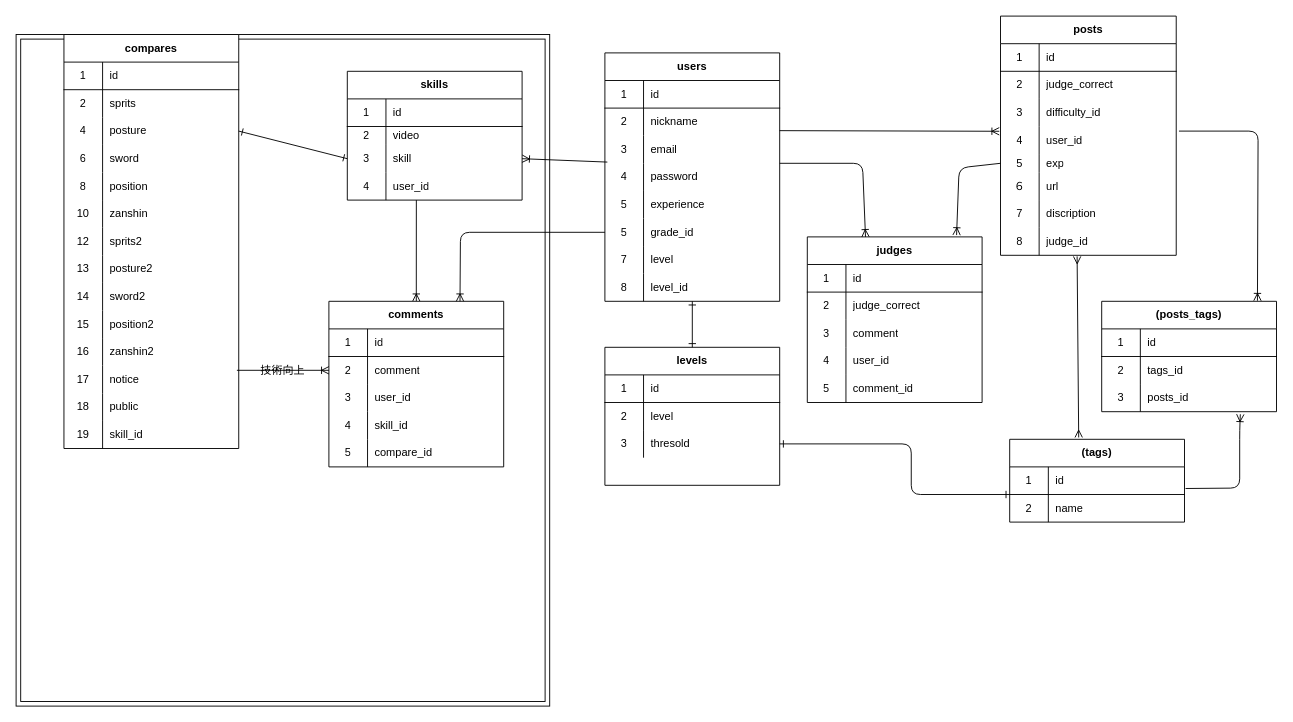
Earlier version of the draw.io diagram db.dio (magatamaamagata/kendo_ippon). Source tidied: cells renumbered, new cells numbered last; positions are measured from the earlier drawing's top-left corner, leaving out a move shared by most shapes. Both pictures are drawn from the tidied source at 92%, with x=0, y=0 at pixel (16, 16).
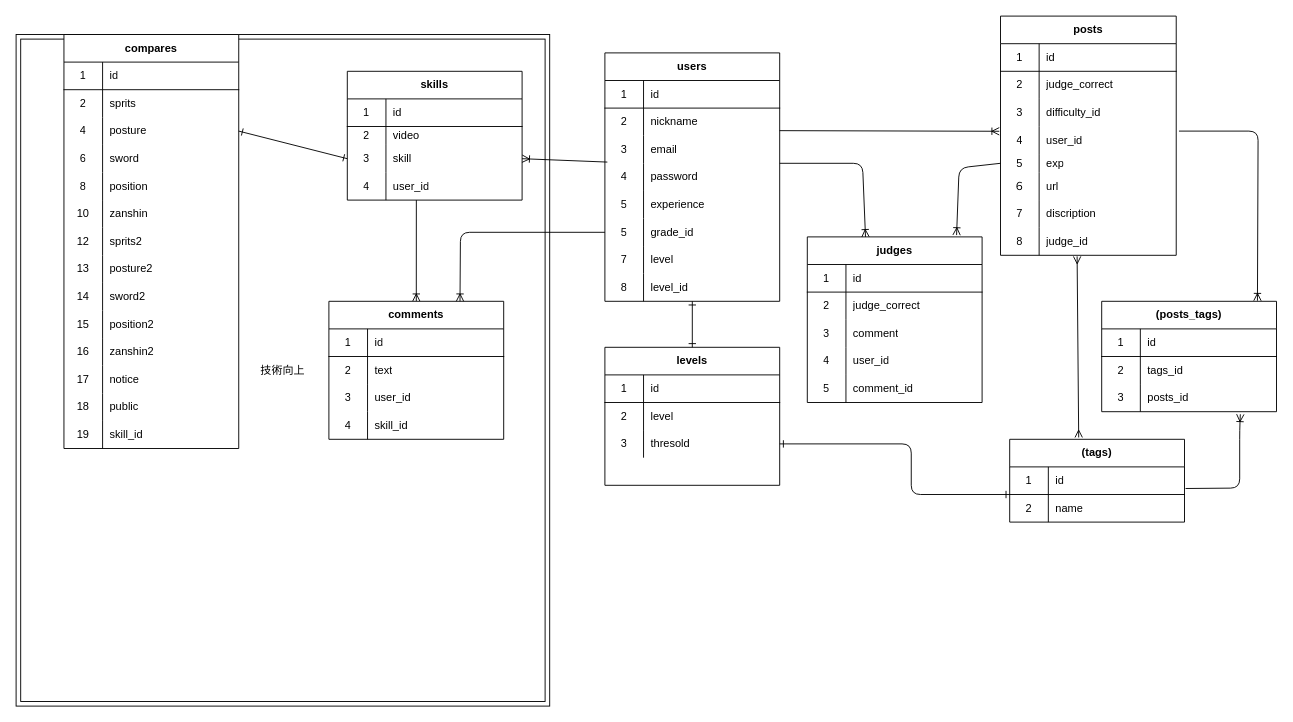
The same diagram, later.

The change refers to these unchanged cells:
```xml
<mxCell id="154" style="shape=partialRectangle;html=1;whiteSpace=wrap;fillColor=none;top=0;left=0;bottom=0;right=0;points=[[0,0.5],[1,0.5]];portConstraint=eastwest;" parent="150" vertex="1">
  <mxGeometry y="60" width="190" height="30" as="geometry" />
</mxCell>
```

Diff of the diagram source:
```diff
@@
     <mxCell id="150" value="comments" style="shape=table;html=1;whiteSpace=wrap;startSize=30;childLayout=tableLayout;rowLines=0;fontStyle=1;align=center;" parent="1" vertex="1">
-      <mxGeometry x="340" y="310" width="190" height="180" as="geometry" />
+      <mxGeometry x="340" y="310" width="190" height="150" as="geometry" />
     </mxCell>
@@
-    <mxCell id="156" value="comment" style="shape=partialRectangle;html=1;whiteSpace=wrap;fillColor=none;top=0;left=0;bottom=0;right=0;align=left;spacingLeft=6;overflow=hidden;" parent="154" vertex="1">
+    <mxCell id="156" value="text" style="shape=partialRectangle;html=1;whiteSpace=wrap;fillColor=none;top=0;left=0;bottom=0;right=0;align=left;spacingLeft=6;overflow=hidden;" parent="154" vertex="1">
       <mxGeometry x="42" width="148" height="30" as="geometry" />
     </mxCell>
@@
-    <mxCell id="163" style="shape=partialRectangle;html=1;whiteSpace=wrap;fillColor=none;top=0;left=0;bottom=0;right=0;" parent="150" vertex="1">
-      <mxGeometry y="150" width="190" height="30" as="geometry" />
-    </mxCell>
-    <mxCell id="164" value="5" style="shape=partialRectangle;html=1;whiteSpace=wrap;fillColor=none;top=0;left=0;bottom=0;right=0;overflow=hidden;" parent="163" vertex="1">
-      <mxGeometry width="42" height="30" as="geometry" />
-    </mxCell>
-    <mxCell id="165" value="compare_id" style="shape=partialRectangle;html=1;whiteSpace=wrap;fillColor=none;top=0;left=0;bottom=0;right=0;align=left;spacingLeft=6;overflow=hidden;" parent="163" vertex="1">
-      <mxGeometry x="42" width="148" height="30" as="geometry" />
-    </mxCell>
-    <mxCell id="166" style="endArrow=ERoneToMany;html=1;endFill=0;entryX=0;entryY=0.5;entryDx=0;entryDy=0;" parent="1" edge="1" target="154">
-      <mxGeometry relative="1" as="geometry">
-        <mxPoint x="240" y="385" as="sourcePoint" />
-      </mxGeometry>
-    </mxCell>
```
